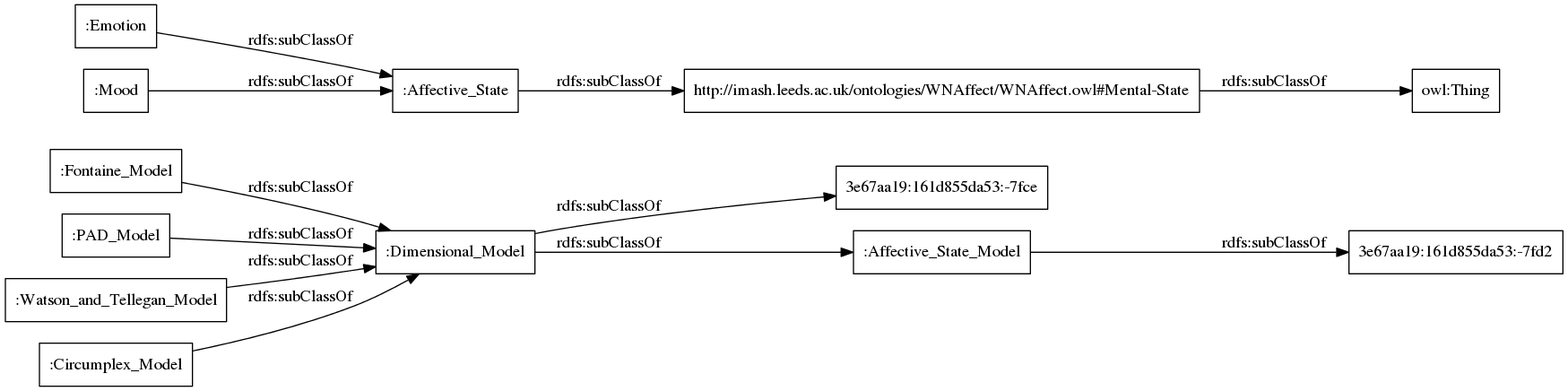
This is OnToology/Affective_States_Dimensional_Model_Module.owl/diagrams/ar2dtool-taxonomy/Affective_States_Dimensional_Model_Module.owl.png from rana-othman/HASIO-Modularization, a Graphviz export, as it was before one commit. Its source is kept beside it as OnToology/Affective_States_Dimensional_Model_Module.owl/diagrams/ar2dtool-taxonomy/Affective_States_Dimensional_Model_Module.owl.png.dot. Source of this version:
```dot
digraph ar2dtool_diagram {
rankdir=LR;
size="1000"
node [shape = rectangle, color="black"]; "3e67aa19:161d855da53:-7fce" ":Dimensional_Model" ":Fontaine_Model" ":PAD_Model" ":Emotion" ":Mood" ":Affective_State" "3e67aa19:161d855da53:-7fd2" ":Watson_and_Tellegan_Model" "http://imash.leeds.ac.uk/ontologies/WNAffect/WNAffect.owl#Mental-State" ":Affective_State_Model" ":Circumplex_Model" ; /*classes style*/
	":Dimensional_Model" -> "3e67aa19:161d855da53:-7fce" [ label = "rdfs:subClassOf" ];
	":Dimensional_Model" -> ":Affective_State_Model" [ label = "rdfs:subClassOf" ];
	":Affective_State" -> "http://imash.leeds.ac.uk/ontologies/WNAffect/WNAffect.owl#Mental-State" [ label = "rdfs:subClassOf" ];
	":Circumplex_Model" -> ":Dimensional_Model" [ label = "rdfs:subClassOf" ];
	":Affective_State_Model" -> "3e67aa19:161d855da53:-7fd2" [ label = "rdfs:subClassOf" ];
	"http://imash.leeds.ac.uk/ontologies/WNAffect/WNAffect.owl#Mental-State" -> "owl:Thing" [ label = "rdfs:subClassOf" ];
	":Fontaine_Model" -> ":Dimensional_Model" [ label = "rdfs:subClassOf" ];
	":PAD_Model" -> ":Dimensional_Model" [ label = "rdfs:subClassOf" ];
	":Mood" -> ":Affective_State" [ label = "rdfs:subClassOf" ];
	":Emotion" -> ":Affective_State" [ label = "rdfs:subClassOf" ];
	":Watson_and_Tellegan_Model" -> ":Dimensional_Model" [ label = "rdfs:subClassOf" ];

}
```
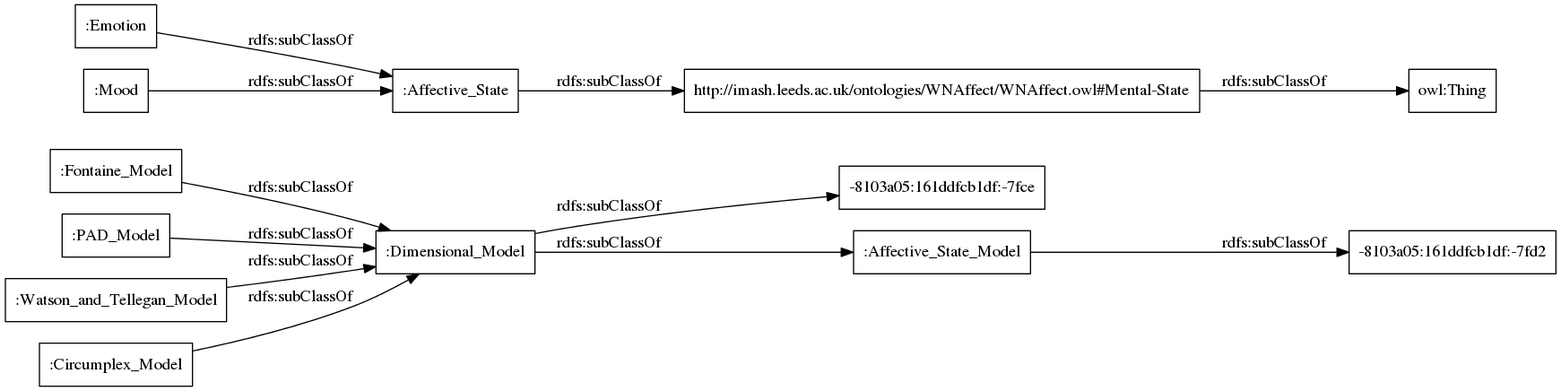
Later version of the same file.

Change to the diagram source:
```diff
@@ -1,12 +1,12 @@
 digraph ar2dtool_diagram {
 rankdir=LR;
 size="1000"
-node [shape = rectangle, color="black"]; "3e67aa19:161d855da53:-7fce" ":Dimensional_Model" ":Fontaine_Model" ":PAD_Model" ":Emotion" ":Mood" ":Affective_State" "3e67aa19:161d855da53:-7fd2" ":Watson_and_Tellegan_Model" "http://imash.leeds.ac.uk/ontologies/WNAffect/WNAffect.owl#Mental-State" ":Affective_State_Model" ":Circumplex_Model" ; /*classes style*/
-	":Dimensional_Model" -> "3e67aa19:161d855da53:-7fce" [ label = "rdfs:subClassOf" ];
+node [shape = rectangle, color="black"]; ":Dimensional_Model" ":Fontaine_Model" ":PAD_Model" ":Emotion" ":Mood" "-8103a05:161ddfcb1df:-7fce" ":Affective_State" ":Watson_and_Tellegan_Model" "-8103a05:161ddfcb1df:-7fd2" "http://imash.leeds.ac.uk/ontologies/WNAffect/WNAffect.owl#Mental-State" ":Affective_State_Model" ":Circumplex_Model" ; /*classes style*/
+	":Dimensional_Model" -> "-8103a05:161ddfcb1df:-7fce" [ label = "rdfs:subClassOf" ];
 	":Dimensional_Model" -> ":Affective_State_Model" [ label = "rdfs:subClassOf" ];
 	":Affective_State" -> "http://imash.leeds.ac.uk/ontologies/WNAffect/WNAffect.owl#Mental-State" [ label = "rdfs:subClassOf" ];
 	":Circumplex_Model" -> ":Dimensional_Model" [ label = "rdfs:subClassOf" ];
-	":Affective_State_Model" -> "3e67aa19:161d855da53:-7fd2" [ label = "rdfs:subClassOf" ];
+	":Affective_State_Model" -> "-8103a05:161ddfcb1df:-7fd2" [ label = "rdfs:subClassOf" ];
 	"http://imash.leeds.ac.uk/ontologies/WNAffect/WNAffect.owl#Mental-State" -> "owl:Thing" [ label = "rdfs:subClassOf" ];
 	":Fontaine_Model" -> ":Dimensional_Model" [ label = "rdfs:subClassOf" ];
 	":PAD_Model" -> ":Dimensional_Model" [ label = "rdfs:subClassOf" ];
```
